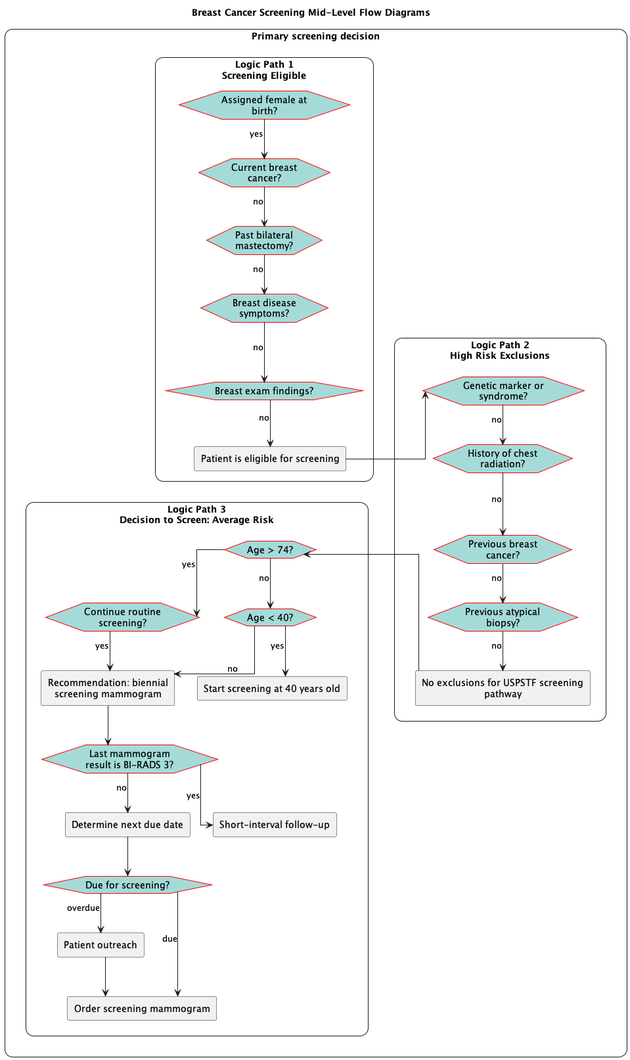
ccsm-cds-tools/CDC-Breast-Cancer-Screening-CDS-L2 keeps this PlantUML diagram as images/flow-MidLevelPrimaryScreeningDecision.png. Above is the earlier version.
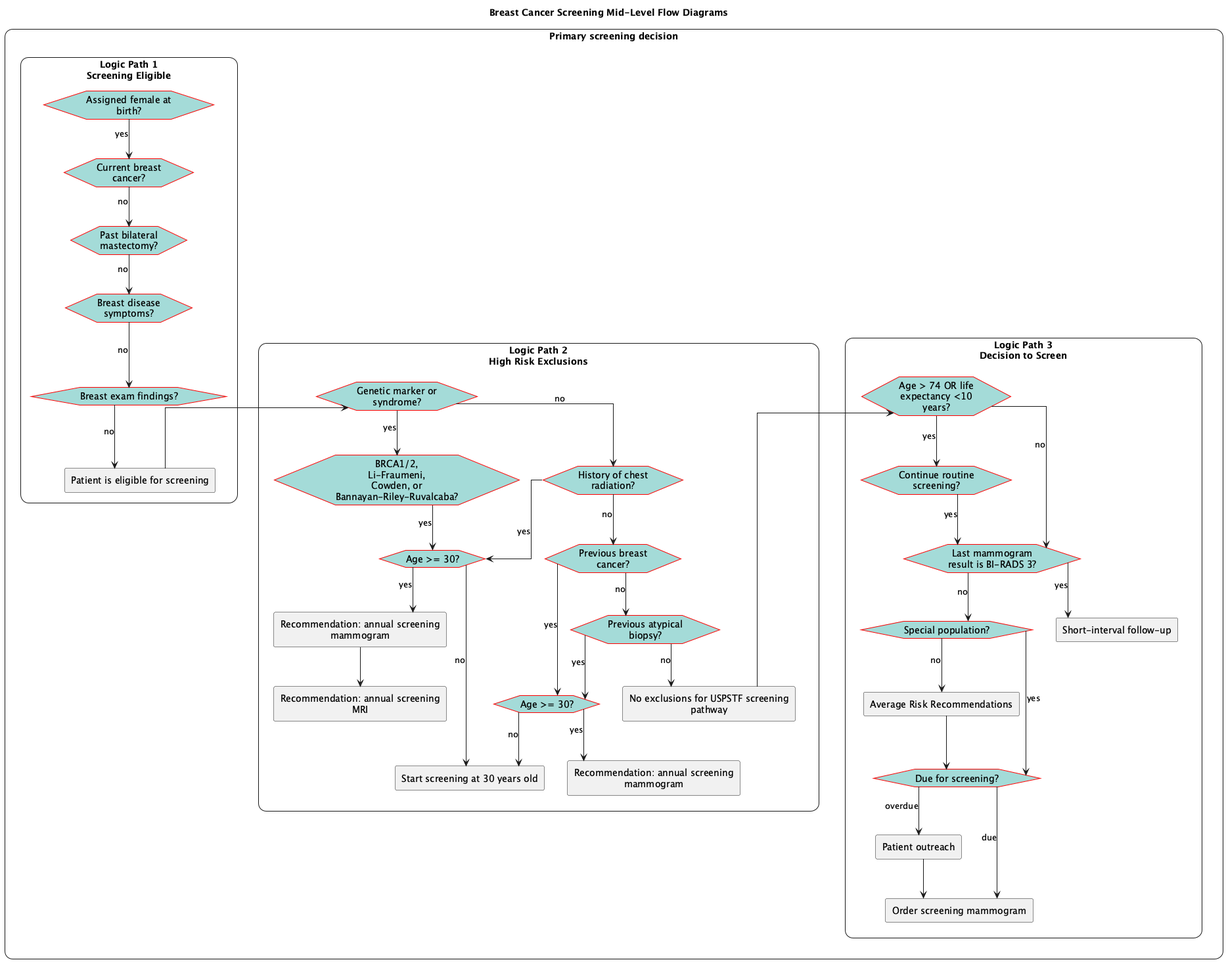
After the commit.

The edit, as a diff of the source:
```diff
@@ -24,12 +24,11 @@
     rectangle "Logic Path 2\nHigh Risk Exclusions" <<roundbox>> as path_2 {
         !include flow-HighRiskExclusions.plantuml
     }
-    rectangle "Logic Path 3\nDecision to Screen: Average Risk" <<roundbox>> as path_3 {
+    rectangle "Logic Path 3\nDecision to Screen" <<roundbox>> as path_3 {
         !include flow-DecisionToScreen.plantuml
     }
     act_eligible-up->eve_geneticrisk
-    eve_AgeOver74<--left-act_noexclusions
-    act_eligible-[hidden]d->eve_AgeOver74
+    eve_AgeOver74orlifeexp10<--act_noexclusions
     path_2-[hidden]l->path_3
     remove <<end>>
 }
```
